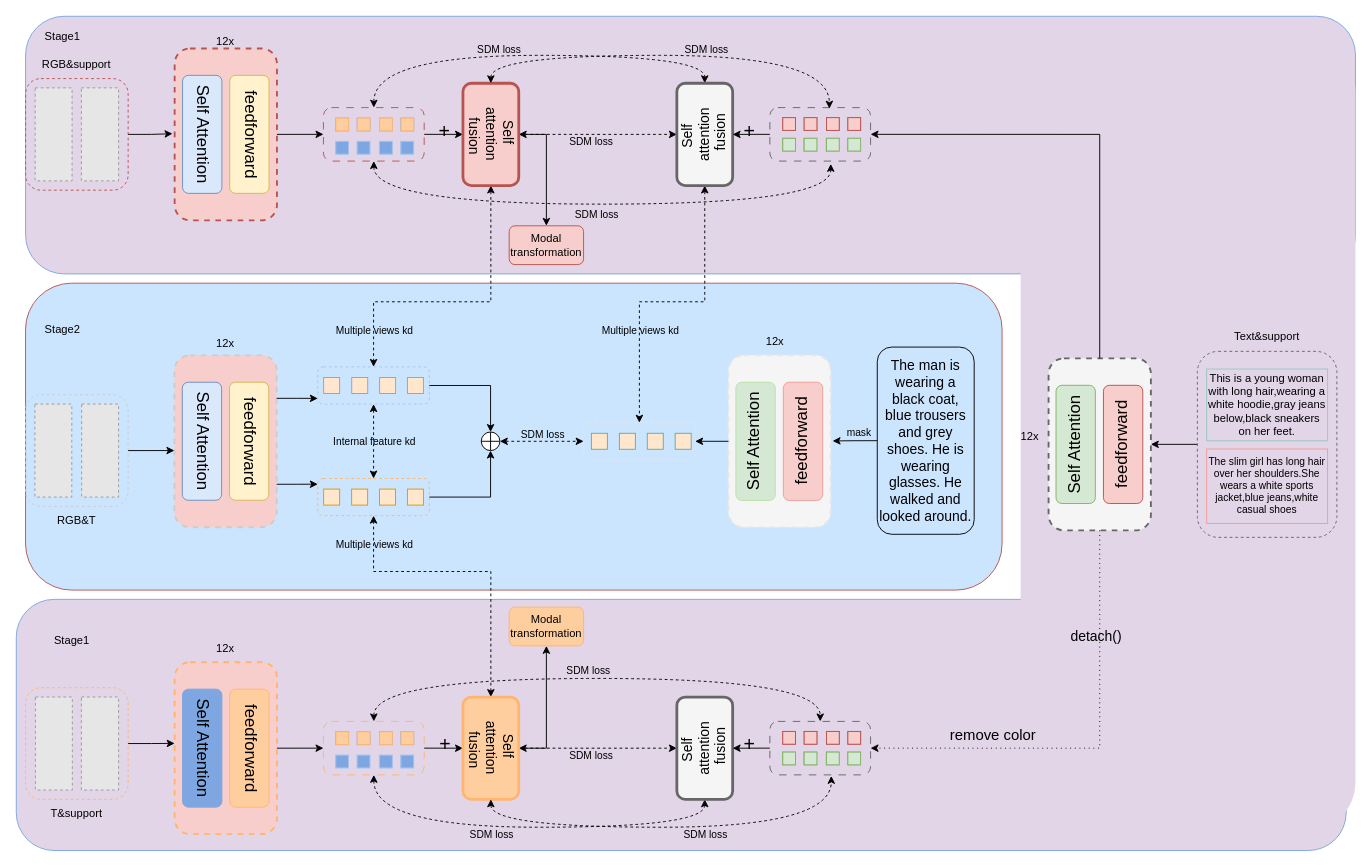
Above: 11.30mulkd.drawio in CZYdeGithub/drawio (draw.io), before the change. Source tidied: cells renumbered, new cells numbered last; positions are measured from the earlier drawing's top-left corner, leaving out a move shared by most shapes. Both pictures are drawn from the tidied source at 93%, with x=0, y=0 at pixel (16, 16). Pictures stored in the file or linked from it are replaced by grey dashed boxes.
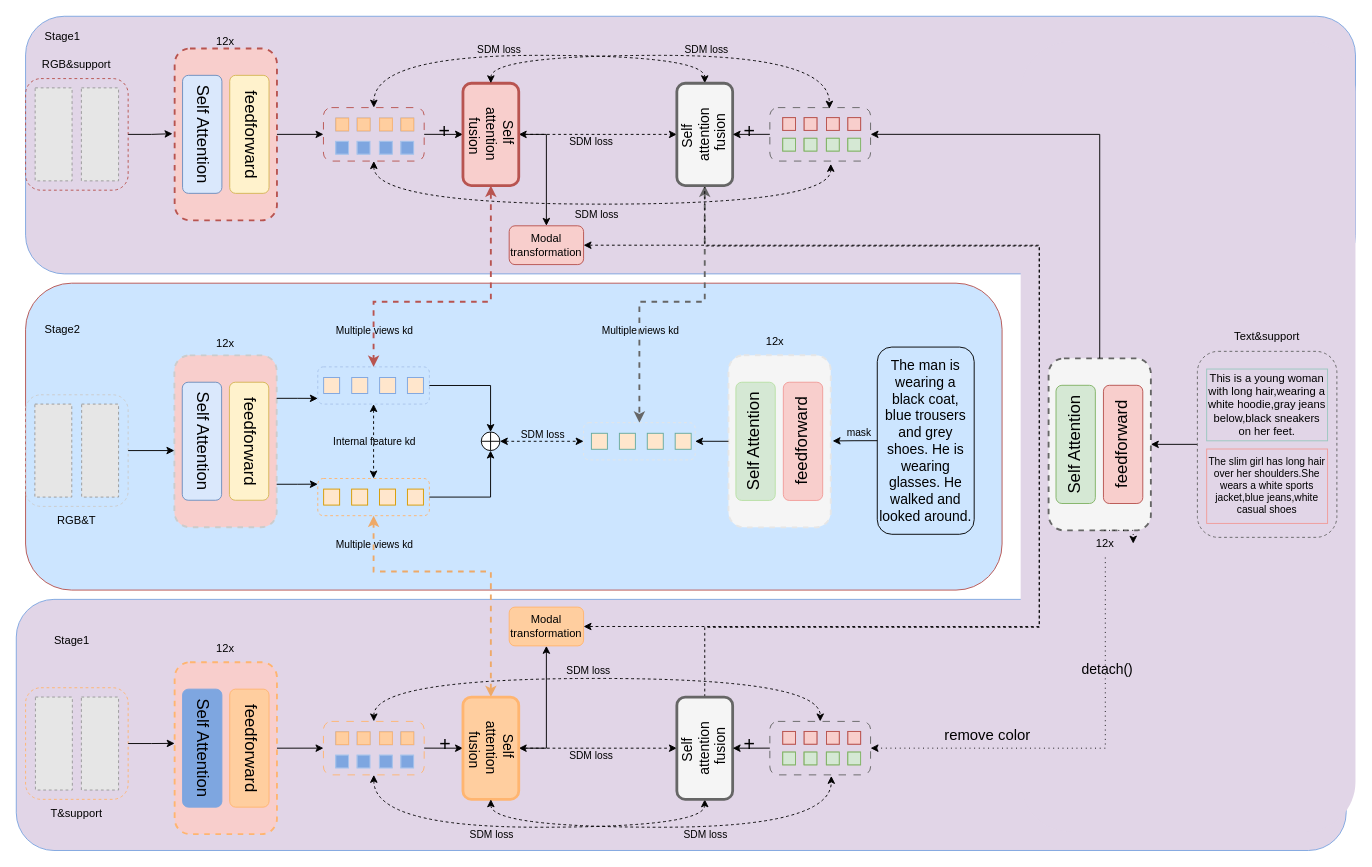
The same diagram, later.

Unchanged cells that the change refers to:
```xml
<mxCell id="17" value="Self&amp;nbsp;&lt;div style=&quot;font-size: 15px;&quot;&gt;attention&lt;/div&gt;&lt;div style=&quot;font-size: 15px;&quot;&gt;&amp;nbsp;fusion&lt;/div&gt;" style="rounded=1;whiteSpace=wrap;html=1;direction=west;textDirection=vertical-rl;fontSize=15;strokeColor=#b85450;strokeWidth=3;fillColor=#f8cecc;" parent="1" vertex="1">
  <mxGeometry x="480.3" y="72" width="60" height="110" as="geometry" />
</mxCell>
<mxCell id="19" value="Self&amp;nbsp;&lt;div style=&quot;font-size: 15px;&quot;&gt;attention&lt;/div&gt;&lt;div style=&quot;font-size: 15px;&quot;&gt;&amp;nbsp;fusion&lt;/div&gt;" style="rounded=1;whiteSpace=wrap;html=1;direction=east;textDirection=vertical-rl;fontSize=15;strokeColor=#666666;flipV=1;flipH=1;rotation=-180;strokeWidth=3;fillColor=#f5f5f5;" parent="1" vertex="1">
  <mxGeometry x="710.3" y="72" width="60" height="110" as="geometry" />
</mxCell>
<mxCell id="29" style="rounded=1;whiteSpace=wrap;html=1;fillColor=#f5f5f5;strokeColor=#666666;dashed=1;strokeWidth=2;direction=west;fontColor=#333333;rotation=-180;" parent="28" vertex="1">
  <mxGeometry width="110" height="185" as="geometry" />
</mxCell>
<mxCell id="81" style="rounded=1;whiteSpace=wrap;html=1;gradientColor=none;fillColor=none;strokeColor=#e6e6e6;dashed=1;" parent="76" vertex="1">
  <mxGeometry width="120" height="40" as="geometry" />
</mxCell>
<mxCell id="87" style="rounded=1;whiteSpace=wrap;html=1;gradientColor=none;fillColor=none;dashed=1;strokeColor=#A9C4EB;" parent="82" vertex="1">
  <mxGeometry width="120" height="40" as="geometry" />
</mxCell>
<mxCell id="94" style="rounded=1;whiteSpace=wrap;html=1;gradientColor=none;fillColor=none;strokeColor=#FFB570;dashed=1;" parent="88" vertex="1">
  <mxGeometry width="120" height="40" as="geometry" />
</mxCell>
<mxCell id="140" value="Self&amp;nbsp;&lt;div style=&quot;font-size: 15px;&quot;&gt;attention&lt;/div&gt;&lt;div style=&quot;font-size: 15px;&quot;&gt;&amp;nbsp;fusion&lt;/div&gt;" style="rounded=1;whiteSpace=wrap;html=1;direction=west;textDirection=vertical-rl;fontSize=15;strokeColor=#FFB570;strokeWidth=3;fillColor=#ffce9f;" parent="1" vertex="1">
  <mxGeometry x="480.3" y="732" width="60" height="110" as="geometry" />
</mxCell>
<mxCell id="141" value="Self&amp;nbsp;&lt;div style=&quot;font-size: 15px;&quot;&gt;attention&lt;/div&gt;&lt;div style=&quot;font-size: 15px;&quot;&gt;&amp;nbsp;fusion&lt;/div&gt;" style="rounded=1;whiteSpace=wrap;html=1;direction=east;textDirection=vertical-rl;fontSize=15;strokeColor=#666666;flipV=1;flipH=1;rotation=-180;strokeWidth=3;fillColor=#f5f5f5;" parent="1" vertex="1">
  <mxGeometry x="710.3" y="732" width="60" height="110" as="geometry" />
</mxCell>
<mxCell id="165" style="rounded=1;whiteSpace=wrap;html=1;fillColor=none;strokeColor=#666666;dashed=1;dashPattern=8 8;" parent="1" vertex="1">
  <mxGeometry x="810.3" y="758.2" width="108.3" height="57.5" as="geometry" />
</mxCell>
<mxCell id="199" value="Modal transformation" style="rounded=1;whiteSpace=wrap;html=1;fillColor=#f8cecc;strokeColor=#b85450;" parent="1" vertex="1">
  <mxGeometry x="530" y="225.3" width="80" height="41.7" as="geometry" />
</mxCell>
<mxCell id="200" value="Modal transformation" style="rounded=1;whiteSpace=wrap;html=1;fillColor=#ffce9f;strokeColor=#ffb570;" parent="1" vertex="1">
  <mxGeometry x="530" y="635.3" width="80" height="41.7" as="geometry" />
</mxCell>
```

Change to the diagram source:
```diff
@@
-    <mxCell id="15" style="edgeStyle=orthogonalEdgeStyle;rounded=0;jettySize=auto;html=1;exitX=0.5;exitY=0;exitDx=0;exitDy=0;entryX=0.5;entryY=0;entryDx=0;entryDy=0;dashed=1;startArrow=classic;startFill=1;" parent="1" edge="1" source="17" target="87">
+    <mxCell id="15" style="edgeStyle=orthogonalEdgeStyle;rounded=0;jettySize=auto;html=1;exitX=0.5;exitY=0;exitDx=0;exitDy=0;entryX=0.5;entryY=0;entryDx=0;entryDy=0;dashed=1;startArrow=classic;startFill=1;strokeColor=#b85450;strokeWidth=2;" parent="1" edge="1" source="17" target="87">
       <mxGeometry relative="1" as="geometry">
         <Array as="points">
           <mxPoint x="510" y="307" />
           <mxPoint x="384" y="307" />
         </Array>
       </mxGeometry>
     </mxCell>
@@
-    <mxCell id="18" style="edgeStyle=orthogonalEdgeStyle;rounded=0;jettySize=auto;html=1;exitX=0.5;exitY=0;exitDx=0;exitDy=0;dashed=1;startArrow=classic;startFill=1;" parent="1" edge="1" source="19" target="81">
+    <mxCell id="18" style="edgeStyle=orthogonalEdgeStyle;rounded=0;jettySize=auto;html=1;exitX=0.5;exitY=0;exitDx=0;exitDy=0;dashed=1;startArrow=classic;startFill=1;strokeColor=#666666;strokeWidth=2;" parent="1" edge="1" source="19" target="81">
       <mxGeometry relative="1" as="geometry">
         <Array as="points">
           <mxPoint x="740" y="307" />
           <mxPoint x="670" y="307" />
         </Array>
       </mxGeometry>
     </mxCell>
+    <mxCell id="201" style="edgeStyle=orthogonalEdgeStyle;rounded=0;jettySize=auto;html=1;exitX=0.5;exitY=0;exitDx=0;exitDy=0;entryX=1;entryY=0.5;entryDx=0;entryDy=0;dashed=1;" parent="1" edge="1" source="19" target="200">
+      <mxGeometry relative="1" as="geometry">
+        <Array as="points">
+          <mxPoint x="740" y="247" />
+          <mxPoint x="1100" y="247" />
+          <mxPoint x="1100" y="656" />
+        </Array>
+      </mxGeometry>
+    </mxCell>
@@
-    <mxCell id="125" style="edgeStyle=orthogonalEdgeStyle;rounded=0;jettySize=auto;html=1;exitX=0.5;exitY=1;exitDx=0;exitDy=0;entryX=0.5;entryY=1;entryDx=0;entryDy=0;startArrow=classic;startFill=1;dashed=1;" parent="1" edge="1" source="140" target="94">
+    <mxCell id="125" style="edgeStyle=orthogonalEdgeStyle;rounded=0;jettySize=auto;html=1;exitX=0.5;exitY=1;exitDx=0;exitDy=0;entryX=0.5;entryY=1;entryDx=0;entryDy=0;startArrow=classic;startFill=1;dashed=1;strokeColor=#eea968;strokeWidth=2;" parent="1" edge="1" source="140" target="94">
       <mxGeometry relative="1" as="geometry">
         <Array as="points">
           <mxPoint x="510" y="597" />
           <mxPoint x="384" y="597" />
         </Array>
       </mxGeometry>
     </mxCell>
@@
-    <mxCell id="130" value="12x" style="text;html=1;align=center;verticalAlign=middle;whiteSpace=wrap;rounded=0;" parent="1" vertex="1">
-      <mxGeometry x="1060" y="437" width="60" height="30" as="geometry" />
-    </mxCell>
@@
+    <mxCell id="202" style="edgeStyle=orthogonalEdgeStyle;rounded=0;jettySize=auto;html=1;exitX=0.5;exitY=1;exitDx=0;exitDy=0;entryX=1;entryY=0.5;entryDx=0;entryDy=0;dashed=1;" parent="1" edge="1" source="141" target="199">
+      <mxGeometry relative="1" as="geometry">
+        <Array as="points">
+          <mxPoint x="740" y="657" />
+          <mxPoint x="1100" y="657" />
+          <mxPoint x="1100" y="246" />
+        </Array>
+      </mxGeometry>
+    </mxCell>
@@
-    <mxCell id="195" style="edgeStyle=orthogonalEdgeStyle;rounded=0;jettySize=auto;html=1;exitX=0.5;exitY=1;exitDx=0;exitDy=0;entryX=1;entryY=0.5;entryDx=0;entryDy=0;dashed=1;dashPattern=1 4;" parent="1" edge="1" source="29" target="165">
+    <mxCell id="195" style="edgeStyle=orthogonalEdgeStyle;rounded=0;jettySize=auto;html=1;exitX=0.5;exitY=1;exitDx=0;exitDy=0;entryX=1;entryY=0.5;entryDx=0;entryDy=0;dashed=1;dashPattern=1 4;" parent="1" edge="1" source="130" target="165">
       <mxGeometry relative="1" as="geometry" />
     </mxCell>
-    <mxCell id="196" value="detach()" style="edgeLabel;html=1;align=center;verticalAlign=middle;fontSize=15;labelBackgroundColor=none;" parent="195" vertex="1">
-      <mxGeometry x="-0.69" relative="1" as="geometry">
-        <mxPoint x="-5" y="39" as="offset" />
-      </mxGeometry>
-    </mxCell>
@@
+    <mxCell id="203" style="edgeStyle=orthogonalEdgeStyle;rounded=0;jettySize=auto;html=1;exitX=0.5;exitY=1;exitDx=0;exitDy=0;entryX=1;entryY=0.5;entryDx=0;entryDy=0;dashed=1;dashPattern=1 4;" parent="1" edge="1" source="29" target="130">
+      <mxGeometry relative="1" as="geometry" />
+    </mxCell>
+    <mxCell id="196" value="detach()" style="edgeLabel;html=1;align=center;verticalAlign=middle;fontSize=15;labelBackgroundColor=none;" parent="203" vertex="1">
+      <mxGeometry x="-0.69" relative="1" as="geometry">
+        <mxPoint x="-1" y="149" as="offset" />
+      </mxGeometry>
+    </mxCell>
+    <mxCell id="130" value="12x" style="text;html=1;align=center;verticalAlign=middle;whiteSpace=wrap;rounded=0;" parent="1" vertex="1">
+      <mxGeometry x="1141" y="552" width="60" height="30" as="geometry" />
+    </mxCell>
```
